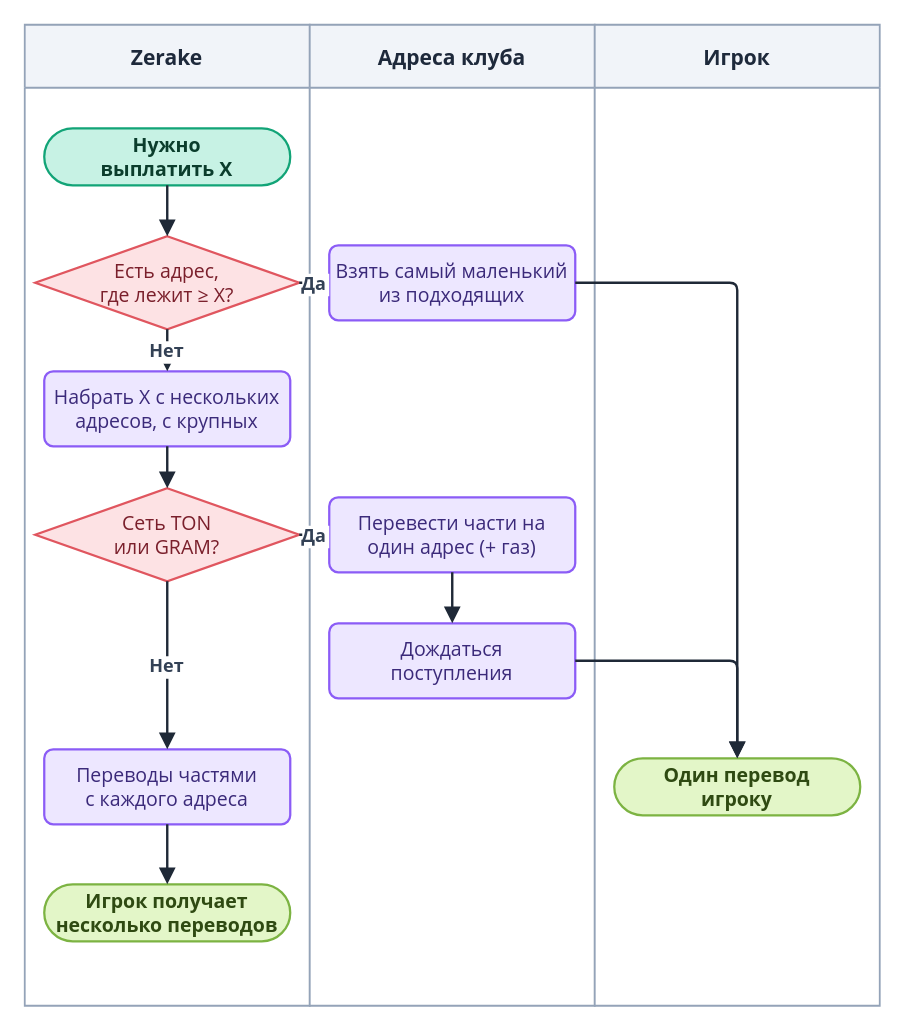
Earlier version of the draw.io diagram diagrams/drawio/payout-sources.drawio (LILSUFFER/zerake-docs). Source tidied: cells renumbered, new cells numbered last; positions are measured from the earlier drawing's top-left corner, leaving out a move shared by most shapes. Both pictures are drawn from the tidied source at 150%, with x=0, y=0 at pixel (24, 24).
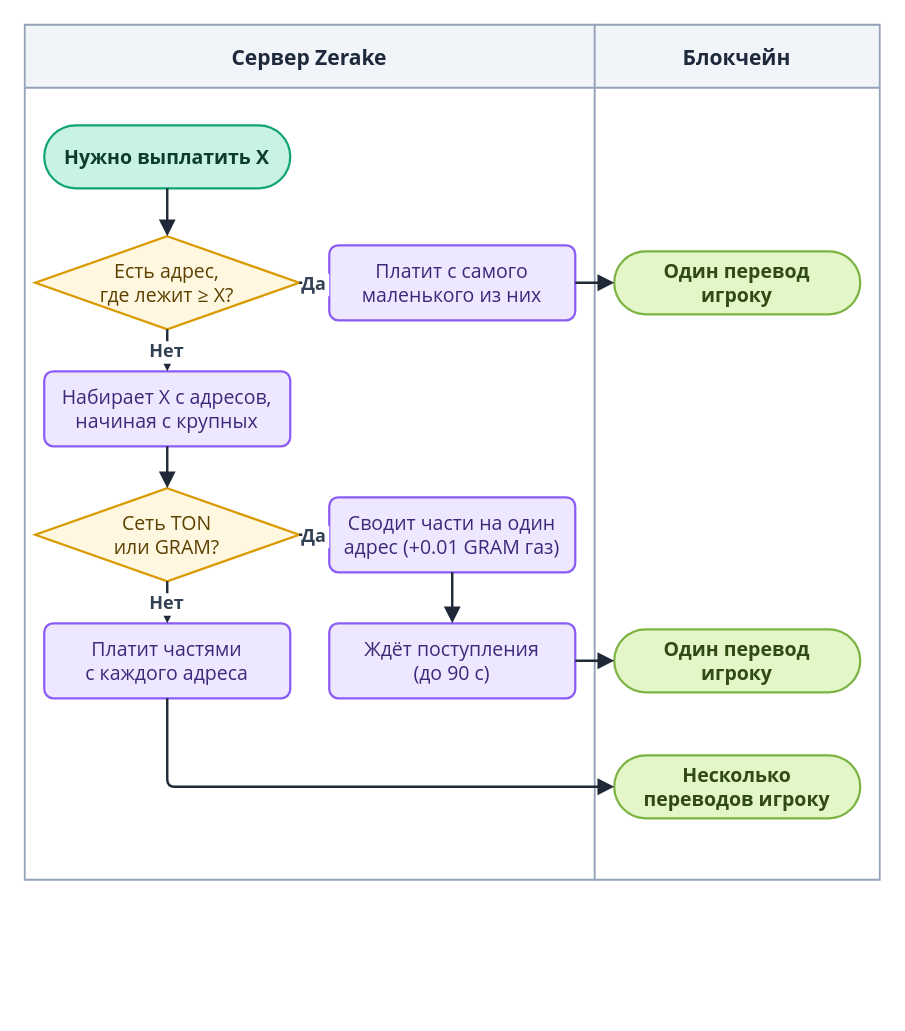
After the change.

The edit, as a diff of the source:
```diff
@@
-    <mxCell id="2" value="Zerake" style="swimlane;horizontal=1;startSize=42;fillColor=#F1F4F9;swimlaneFillColor=#FFFFFF;strokeColor=#94A3B8;fontColor=#1E293B;fontStyle=1;fontSize=14;fontFamily=Segoe UI;strokeWidth=1.2;" parent="1" vertex="1">
-      <mxGeometry width="190" height="654" as="geometry" />
+    <mxCell id="2" value="Сервер Zerake" style="swimlane;horizontal=1;startSize=42;fillColor=#F1F4F9;swimlaneFillColor=#FFFFFF;strokeColor=#94A3B8;fontColor=#1E293B;fontStyle=1;fontSize=14;fontFamily=Segoe UI;strokeWidth=1.2;" parent="1" vertex="1">
+      <mxGeometry width="380" height="570" as="geometry" />
     </mxCell>
-    <mxCell id="3" value="Адреса клуба" style="swimlane;horizontal=1;startSize=42;fillColor=#F1F4F9;swimlaneFillColor=#FFFFFF;strokeColor=#94A3B8;fontColor=#1E293B;fontStyle=1;fontSize=14;fontFamily=Segoe UI;strokeWidth=1.2;" parent="1" vertex="1">
-      <mxGeometry x="190" width="190" height="654" as="geometry" />
+    <mxCell id="3" value="Блокчейн" style="swimlane;horizontal=1;startSize=42;fillColor=#F1F4F9;swimlaneFillColor=#FFFFFF;strokeColor=#94A3B8;fontColor=#1E293B;fontStyle=1;fontSize=14;fontFamily=Segoe UI;strokeWidth=1.2;" parent="1" vertex="1">
+      <mxGeometry x="380" width="190" height="570" as="geometry" />
     </mxCell>
-    <mxCell id="4" value="Игрок" style="swimlane;horizontal=1;startSize=42;fillColor=#F1F4F9;swimlaneFillColor=#FFFFFF;strokeColor=#94A3B8;fontColor=#1E293B;fontStyle=1;fontSize=14;fontFamily=Segoe UI;strokeWidth=1.2;" parent="1" vertex="1">
-      <mxGeometry x="380" width="190" height="654" as="geometry" />
-    </mxCell>
-    <mxCell id="5" value="Нужно&#10;выплатить X" style="rounded=1;arcSize=50;html=0;fillColor=#C7F2E4;strokeColor=#12A477;fontColor=#0B3D2C;fontStyle=1;fontFamily=Segoe UI;fontSize=13;strokeWidth=1.5;" parent="1" vertex="1">
-      <mxGeometry x="13" y="69" width="164" height="38" as="geometry" />
+    <mxCell id="5" value="Нужно выплатить X" style="rounded=1;arcSize=50;html=0;fontStyle=1;fillColor=#C7F2E4;strokeColor=#12A477;fontColor=#0B3D2C;fontFamily=Segoe UI;fontSize=13;strokeWidth=1.5;" parent="1" vertex="1">
+      <mxGeometry x="13" y="67" width="164" height="42" as="geometry" />
     </mxCell>
-    <mxCell id="6" value="Есть адрес,&#10;где лежит ≥ X?" style="rhombus;html=0;fillColor=#FDE2E4;strokeColor=#E0565F;fontColor=#7A1F2B;fontFamily=Segoe UI;fontSize=13;strokeWidth=1.5;" parent="1" vertex="1">
+    <mxCell id="6" value="Есть адрес,&#10;где лежит ≥ X?" style="rhombus;html=0;fillColor=#FFF7E0;strokeColor=#D99A00;fontColor=#5C4100;fontFamily=Segoe UI;fontSize=13;strokeWidth=1.5;" parent="1" vertex="1">
       <mxGeometry x="7" y="141" width="176" height="62" as="geometry" />
     </mxCell>
-    <mxCell id="7" value="Взять самый маленький&#10;из подходящих" style="rounded=1;arcSize=12;html=0;fillColor=#EDE7FF;strokeColor=#8B5CF6;fontColor=#3B2A7A;fontFamily=Segoe UI;fontSize=13;strokeWidth=1.5;" parent="1" vertex="1">
+    <mxCell id="7" value="Платит с самого&#10;маленького из них" style="rounded=1;arcSize=12;html=0;fillColor=#EDE7FF;strokeColor=#8B5CF6;fontColor=#3B2A7A;fontFamily=Segoe UI;fontSize=13;strokeWidth=1.5;" parent="1" vertex="1">
       <mxGeometry x="203" y="147" width="164" height="50" as="geometry" />
     </mxCell>
+    <mxCell id="12" value="Один перевод&#10;игроку" style="rounded=1;arcSize=50;html=0;fontStyle=1;fillColor=#E3F6C8;strokeColor=#7CB342;fontColor=#2F4A12;fontFamily=Segoe UI;fontSize=13;strokeWidth=1.5;" parent="1" vertex="1">
+      <mxGeometry x="393" y="151" width="164" height="42" as="geometry" />
+    </mxCell>
-    <mxCell id="8" value="Набрать X с нескольких&#10;адресов, с крупных" style="rounded=1;arcSize=12;html=0;fillColor=#EDE7FF;strokeColor=#8B5CF6;fontColor=#3B2A7A;fontFamily=Segoe UI;fontSize=13;strokeWidth=1.5;" parent="1" vertex="1">
+    <mxCell id="8" value="Набирает X с адресов,&#10;начиная с крупных" style="rounded=1;arcSize=12;html=0;fillColor=#EDE7FF;strokeColor=#8B5CF6;fontColor=#3B2A7A;fontFamily=Segoe UI;fontSize=13;strokeWidth=1.5;" parent="1" vertex="1">
       <mxGeometry x="13" y="231" width="164" height="50" as="geometry" />
     </mxCell>
-    <mxCell id="9" value="Сеть TON&#10;или GRAM?" style="rhombus;html=0;fillColor=#FDE2E4;strokeColor=#E0565F;fontColor=#7A1F2B;fontFamily=Segoe UI;fontSize=13;strokeWidth=1.5;" parent="1" vertex="1">
+    <mxCell id="9" value="Сеть TON&#10;или GRAM?" style="rhombus;html=0;fillColor=#FFF7E0;strokeColor=#D99A00;fontColor=#5C4100;fontFamily=Segoe UI;fontSize=13;strokeWidth=1.5;" parent="1" vertex="1">
       <mxGeometry x="7" y="309" width="176" height="62" as="geometry" />
     </mxCell>
-    <mxCell id="10" value="Перевести части на&#10;один адрес (+ газ)" style="rounded=1;arcSize=12;html=0;fillColor=#EDE7FF;strokeColor=#8B5CF6;fontColor=#3B2A7A;fontFamily=Segoe UI;fontSize=13;strokeWidth=1.5;" parent="1" vertex="1">
+    <mxCell id="10" value="Сводит части на один&#10;адрес (+0.01 GRAM газ)" style="rounded=1;arcSize=12;html=0;fillColor=#EDE7FF;strokeColor=#8B5CF6;fontColor=#3B2A7A;fontFamily=Segoe UI;fontSize=13;strokeWidth=1.5;" parent="1" vertex="1">
       <mxGeometry x="203" y="315" width="164" height="50" as="geometry" />
     </mxCell>
-    <mxCell id="11" value="Дождаться&#10;поступления" style="rounded=1;arcSize=12;html=0;fillColor=#EDE7FF;strokeColor=#8B5CF6;fontColor=#3B2A7A;fontFamily=Segoe UI;fontSize=13;strokeWidth=1.5;" parent="1" vertex="1">
+    <mxCell id="11" value="Ждёт поступления&#10;(до 90 с)" style="rounded=1;arcSize=12;html=0;fillColor=#EDE7FF;strokeColor=#8B5CF6;fontColor=#3B2A7A;fontFamily=Segoe UI;fontSize=13;strokeWidth=1.5;" parent="1" vertex="1">
       <mxGeometry x="203" y="399" width="164" height="50" as="geometry" />
     </mxCell>
-    <mxCell id="12" value="Один перевод&#10;игроку" style="rounded=1;arcSize=50;html=0;fillColor=#E3F6C8;strokeColor=#7CB342;fontColor=#2F4A12;fontStyle=1;fontFamily=Segoe UI;fontSize=13;strokeWidth=1.5;" parent="1" vertex="1">
-      <mxGeometry x="393" y="489" width="164" height="38" as="geometry" />
-    </mxCell>
+    <mxCell id="14" value="Один перевод&#10;игроку" style="rounded=1;arcSize=50;html=0;fontStyle=1;fillColor=#E3F6C8;strokeColor=#7CB342;fontColor=#2F4A12;fontFamily=Segoe UI;fontSize=13;strokeWidth=1.5;" parent="1" vertex="1">
+      <mxGeometry x="393" y="403" width="164" height="42" as="geometry" />
+    </mxCell>
-    <mxCell id="13" value="Переводы частями&#10;с каждого адреса" style="rounded=1;arcSize=12;html=0;fillColor=#EDE7FF;strokeColor=#8B5CF6;fontColor=#3B2A7A;fontFamily=Segoe UI;fontSize=13;strokeWidth=1.5;" parent="1" vertex="1">
-      <mxGeometry x="13" y="483" width="164" height="50" as="geometry" />
+    <mxCell id="13" value="Платит частями&#10;с каждого адреса" style="rounded=1;arcSize=12;html=0;fillColor=#EDE7FF;strokeColor=#8B5CF6;fontColor=#3B2A7A;fontFamily=Segoe UI;fontSize=13;strokeWidth=1.5;" parent="1" vertex="1">
+      <mxGeometry x="13" y="399" width="164" height="50" as="geometry" />
     </mxCell>
-    <mxCell id="14" value="Игрок получает&#10;несколько переводов" style="rounded=1;arcSize=50;html=0;fillColor=#E3F6C8;strokeColor=#7CB342;fontColor=#2F4A12;fontStyle=1;fontFamily=Segoe UI;fontSize=13;strokeWidth=1.5;" parent="1" vertex="1">
-      <mxGeometry x="13" y="573" width="164" height="38" as="geometry" />
-    </mxCell>
+    <mxCell id="25" value="Несколько&#10;переводов игроку" style="rounded=1;arcSize=50;html=0;fontStyle=1;fillColor=#E3F6C8;strokeColor=#7CB342;fontColor=#2F4A12;fontFamily=Segoe UI;fontSize=13;strokeWidth=1.5;" parent="1" vertex="1">
+      <mxGeometry x="393" y="487" width="164" height="42" as="geometry" />
+    </mxCell>
@@
-    <mxCell id="17" value="Нет" style="edgeStyle=orthogonalEdgeStyle;rounded=1;arcSize=10;jettySize=auto;html=0;strokeColor=#1F2937;strokeWidth=1.6;endArrow=block;endFill=1;endSize=7;fontFamily=Segoe UI;fontSize=12;fontStyle=1;fontColor=#334155;labelBackgroundColor=#FFFFFF;" parent="1" edge="1" source="6" target="8">
+    <mxCell id="17" style="edgeStyle=orthogonalEdgeStyle;rounded=1;arcSize=10;jettySize=auto;html=0;strokeColor=#1F2937;strokeWidth=1.6;endArrow=block;endFill=1;endSize=7;fontFamily=Segoe UI;fontSize=12;fontStyle=1;fontColor=#334155;labelBackgroundColor=#FFFFFF;" parent="1" edge="1" source="7" target="12">
       <mxGeometry relative="1" as="geometry" />
     </mxCell>
-    <mxCell id="18" style="edgeStyle=orthogonalEdgeStyle;rounded=1;arcSize=10;jettySize=auto;html=0;strokeColor=#1F2937;strokeWidth=1.6;endArrow=block;endFill=1;endSize=7;fontFamily=Segoe UI;fontSize=12;fontStyle=1;fontColor=#334155;labelBackgroundColor=#FFFFFF;" parent="1" edge="1" source="7" target="12">
+    <mxCell id="18" value="Нет" style="edgeStyle=orthogonalEdgeStyle;rounded=1;arcSize=10;jettySize=auto;html=0;strokeColor=#1F2937;strokeWidth=1.6;endArrow=block;endFill=1;endSize=7;fontFamily=Segoe UI;fontSize=12;fontStyle=1;fontColor=#334155;labelBackgroundColor=#FFFFFF;" parent="1" edge="1" source="6" target="8">
       <mxGeometry relative="1" as="geometry" />
     </mxCell>
@@
-    <mxCell id="21" value="Нет" style="edgeStyle=orthogonalEdgeStyle;rounded=1;arcSize=10;jettySize=auto;html=0;strokeColor=#1F2937;strokeWidth=1.6;endArrow=block;endFill=1;endSize=7;fontFamily=Segoe UI;fontSize=12;fontStyle=1;fontColor=#334155;labelBackgroundColor=#FFFFFF;" parent="1" edge="1" source="9" target="13">
+    <mxCell id="21" style="edgeStyle=orthogonalEdgeStyle;rounded=1;arcSize=10;jettySize=auto;html=0;strokeColor=#1F2937;strokeWidth=1.6;endArrow=block;endFill=1;endSize=7;fontFamily=Segoe UI;fontSize=12;fontStyle=1;fontColor=#334155;labelBackgroundColor=#FFFFFF;" parent="1" edge="1" source="10" target="11">
       <mxGeometry relative="1" as="geometry" />
     </mxCell>
-    <mxCell id="22" style="edgeStyle=orthogonalEdgeStyle;rounded=1;arcSize=10;jettySize=auto;html=0;strokeColor=#1F2937;strokeWidth=1.6;endArrow=block;endFill=1;endSize=7;fontFamily=Segoe UI;fontSize=12;fontStyle=1;fontColor=#334155;labelBackgroundColor=#FFFFFF;" parent="1" edge="1" source="10" target="11">
+    <mxCell id="22" style="edgeStyle=orthogonalEdgeStyle;rounded=1;arcSize=10;jettySize=auto;html=0;strokeColor=#1F2937;strokeWidth=1.6;endArrow=block;endFill=1;endSize=7;fontFamily=Segoe UI;fontSize=12;fontStyle=1;fontColor=#334155;labelBackgroundColor=#FFFFFF;" parent="1" edge="1" source="11" target="14">
       <mxGeometry relative="1" as="geometry" />
     </mxCell>
-    <mxCell id="23" style="edgeStyle=orthogonalEdgeStyle;rounded=1;arcSize=10;jettySize=auto;html=0;strokeColor=#1F2937;strokeWidth=1.6;endArrow=block;endFill=1;endSize=7;fontFamily=Segoe UI;fontSize=12;fontStyle=1;fontColor=#334155;labelBackgroundColor=#FFFFFF;" parent="1" edge="1" source="11" target="12">
+    <mxCell id="23" value="Нет" style="edgeStyle=orthogonalEdgeStyle;rounded=1;arcSize=10;jettySize=auto;html=0;strokeColor=#1F2937;strokeWidth=1.6;endArrow=block;endFill=1;endSize=7;fontFamily=Segoe UI;fontSize=12;fontStyle=1;fontColor=#334155;labelBackgroundColor=#FFFFFF;" parent="1" edge="1" source="9" target="13">
       <mxGeometry relative="1" as="geometry" />
     </mxCell>
-    <mxCell id="24" style="edgeStyle=orthogonalEdgeStyle;rounded=1;arcSize=10;jettySize=auto;html=0;strokeColor=#1F2937;strokeWidth=1.6;endArrow=block;endFill=1;endSize=7;fontFamily=Segoe UI;fontSize=12;fontStyle=1;fontColor=#334155;labelBackgroundColor=#FFFFFF;" parent="1" edge="1" source="13" target="14">
+    <mxCell id="24" style="edgeStyle=orthogonalEdgeStyle;rounded=1;arcSize=10;jettySize=auto;html=0;strokeColor=#1F2937;strokeWidth=1.6;endArrow=block;endFill=1;endSize=7;fontFamily=Segoe UI;fontSize=12;fontStyle=1;fontColor=#334155;labelBackgroundColor=#FFFFFF;exitX=0.5;exitY=1;entryX=0;entryY=0.5;" parent="1" edge="1" source="13" target="25">
       <mxGeometry relative="1" as="geometry" />
     </mxCell>
```
